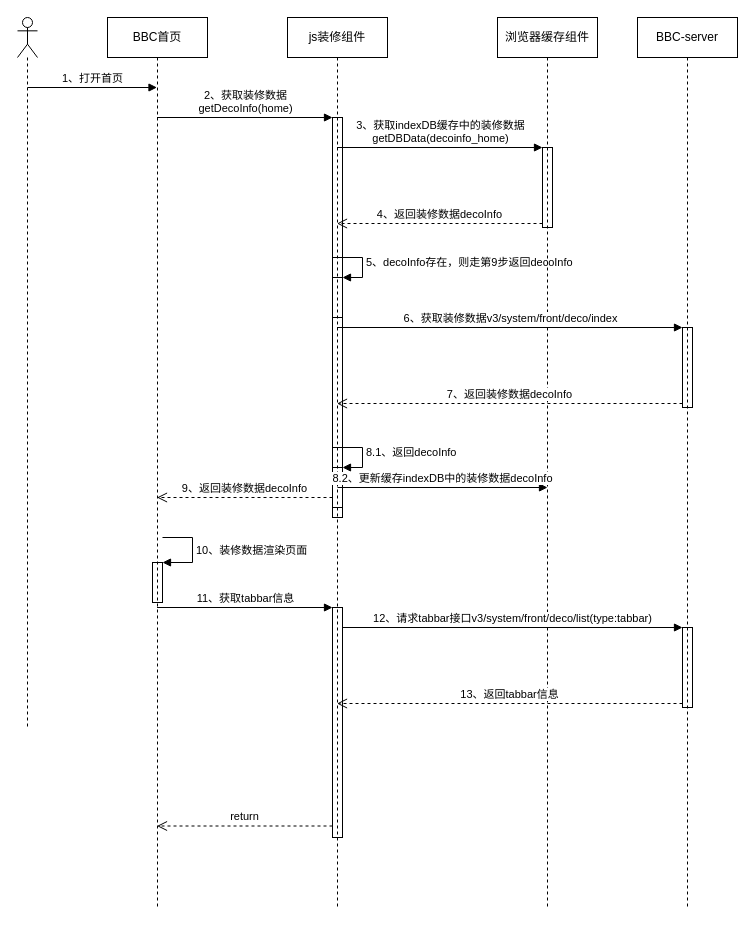
Above: page "首页数据加载流程" (5 of 6) of B+.drawio in huturenji/drawio (draw.io), before the change. Source tidied: cells renumbered, new cells numbered last; positions are measured from the earlier drawing's top-left corner, leaving out a move shared by most shapes. Both pictures are drawn from the tidied source at 100%, with x=0, y=0 at pixel (17, 17).
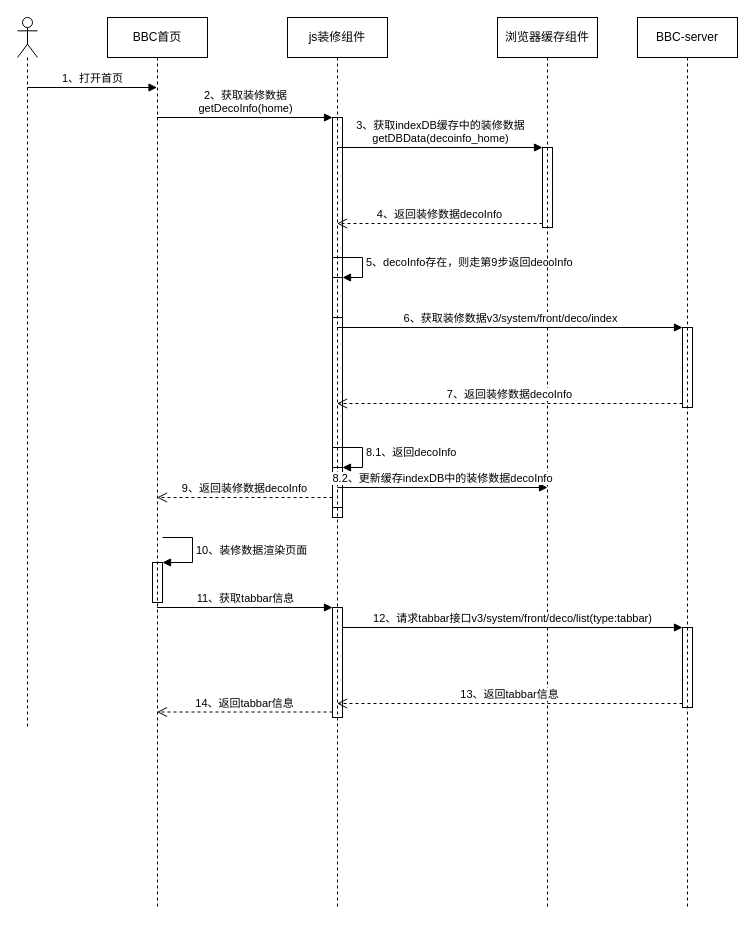
After the change.

Unchanged cells that the change refers to:
```xml
<mxCell id="4" value="BBC首页" style="shape=umlLifeline;perimeter=lifelinePerimeter;whiteSpace=wrap;html=1;outlineConnect=0;fillColor=none;" parent="1" vertex="1">
  <mxGeometry x="90" width="100" height="890" as="geometry" />
</mxCell>
<mxCell id="7" value="js装修组件" style="shape=umlLifeline;perimeter=lifelinePerimeter;whiteSpace=wrap;html=1;outlineConnect=0;fillColor=none;" parent="1" vertex="1">
  <mxGeometry x="270" width="100" height="890" as="geometry" />
</mxCell>
```

Change to the diagram source:
```diff
@@
     <mxCell id="13" style="html=1;points=[];perimeter=orthogonalPerimeter;fillColor=none;" parent="7" vertex="1">
-      <mxGeometry x="45" y="590" width="10" height="230" as="geometry" />
+      <mxGeometry x="45" y="590" width="10" height="110" as="geometry" />
     </mxCell>
@@
-    <mxCell id="27" value="return" style="html=1;verticalAlign=bottom;endArrow=open;dashed=1;endSize=8;exitX=0;exitY=0.95;rounded=0;" parent="1" edge="1" source="13" target="4">
+    <mxCell id="27" value="14、返回tabbar信息" style="html=1;verticalAlign=bottom;endArrow=open;dashed=1;endSize=8;exitX=0;exitY=0.95;rounded=0;" parent="1" edge="1" source="13" target="4">
       <mxGeometry relative="1" as="geometry" />
     </mxCell>
```
